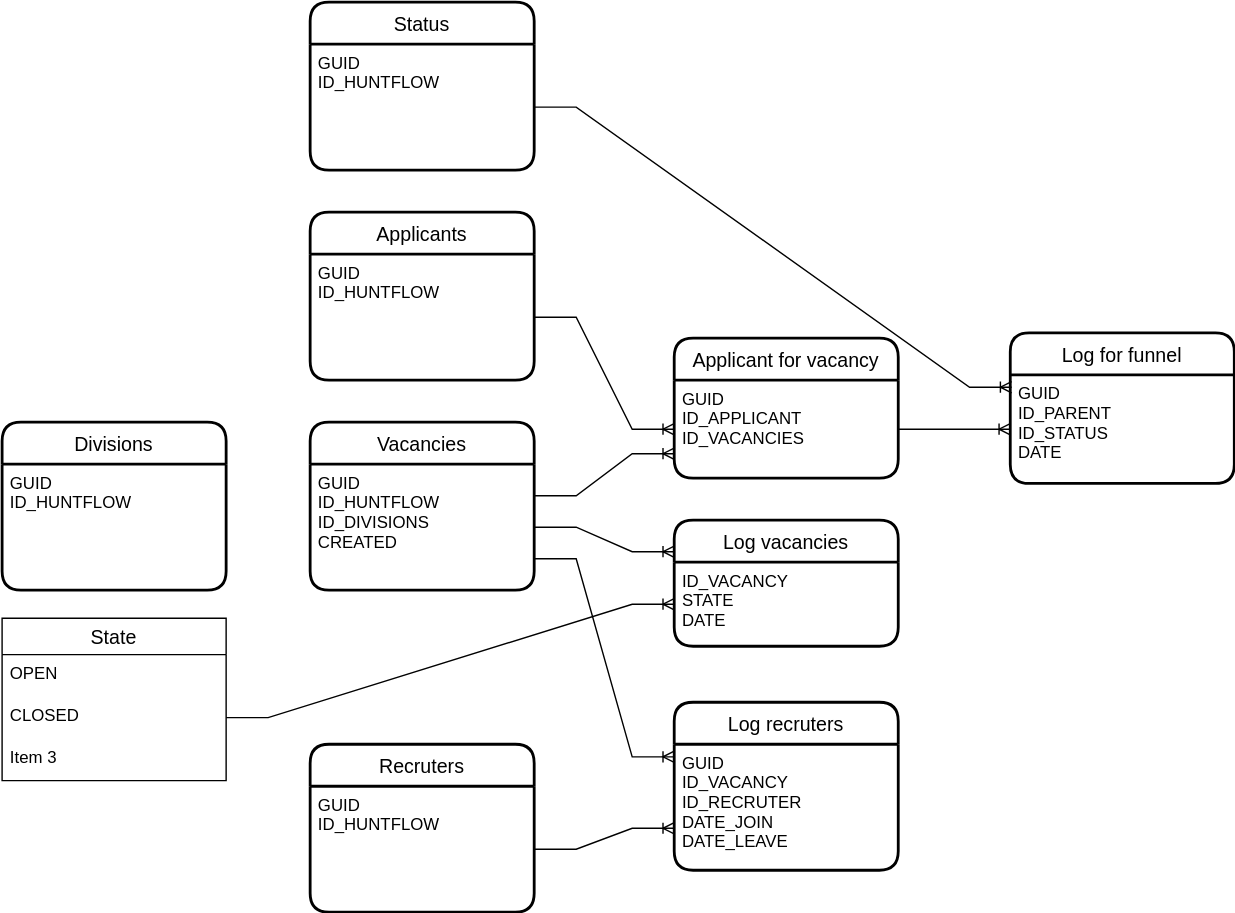
This is er.drawio.svg from Rikanda/for_admitad, a draw.io export, as it was before one commit. Source tidied: cells renumbered, new cells last; positions are measured from the earlier drawing's top-left corner, leaving out a move shared by most shapes.
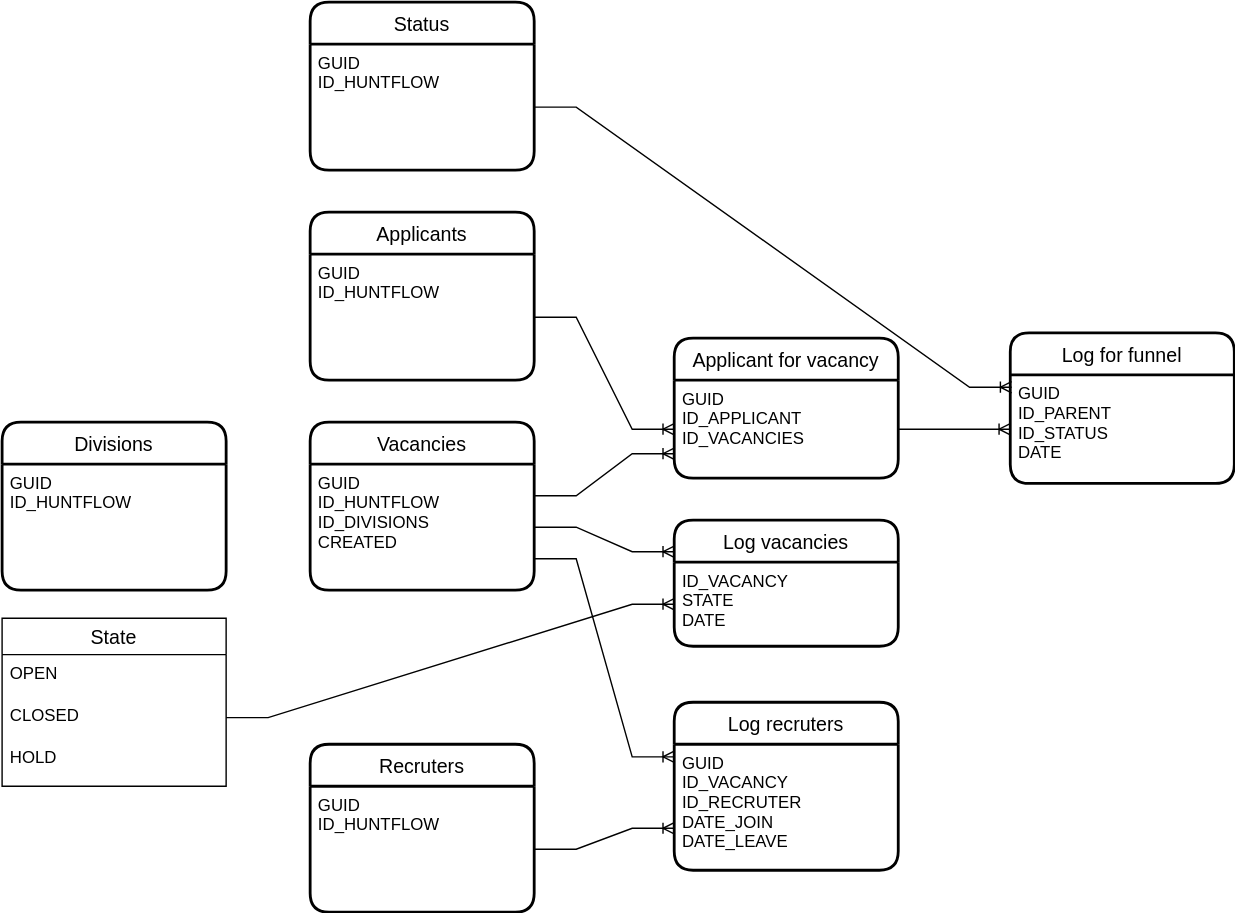
Later version of the same file.

The edit, as a diff of the source:
```diff
@@ -33,7 +33,7 @@
       <mxGeometry y="30" width="160" height="90" as="geometry" />
     </mxCell>
     <mxCell id="12" value="State" style="swimlane;fontStyle=0;horizontal=1;startSize=26;align=center;fontSize=14;" parent="1" vertex="1">
-      <mxGeometry y="440" width="160" height="116" as="geometry" />
+      <mxGeometry y="440" width="160" height="120" as="geometry" />
     </mxCell>
     <mxCell id="13" value="OPEN" style="text;strokeColor=none;fillColor=none;spacingLeft=4;spacingRight=4;overflow=hidden;fontSize=12;" parent="12" vertex="1">
       <mxGeometry y="26" width="160" height="30" as="geometry" />
@@ -41,8 +41,8 @@
     <mxCell id="14" value="CLOSED" style="text;strokeColor=none;fillColor=none;spacingLeft=4;spacingRight=4;overflow=hidden;points=[[0,0.5],[1,0.5]];portConstraint=eastwest;fontSize=12;" parent="12" vertex="1">
       <mxGeometry y="56" width="160" height="30" as="geometry" />
     </mxCell>
-    <mxCell id="15" value="Item 3" style="text;strokeColor=none;fillColor=none;spacingLeft=4;spacingRight=4;overflow=hidden;fontSize=12;" parent="12" vertex="1">
-      <mxGeometry y="86" width="160" height="30" as="geometry" />
+    <mxCell id="15" value="HOLD" style="text;strokeColor=none;fillColor=none;spacingLeft=4;spacingRight=4;overflow=hidden;fontSize=12;" parent="12" vertex="1">
+      <mxGeometry y="86" width="160" height="34" as="geometry" />
     </mxCell>
     <mxCell id="16" value="Applicant for vacancy" style="swimlane;horizontal=1;startSize=30;rounded=1;fontSize=14;fontStyle=0;strokeWidth=2;shadow=0;dashed=0;align=center;" parent="1" vertex="1">
       <mxGeometry x="480" y="240" width="160" height="100" as="geometry" />
```
